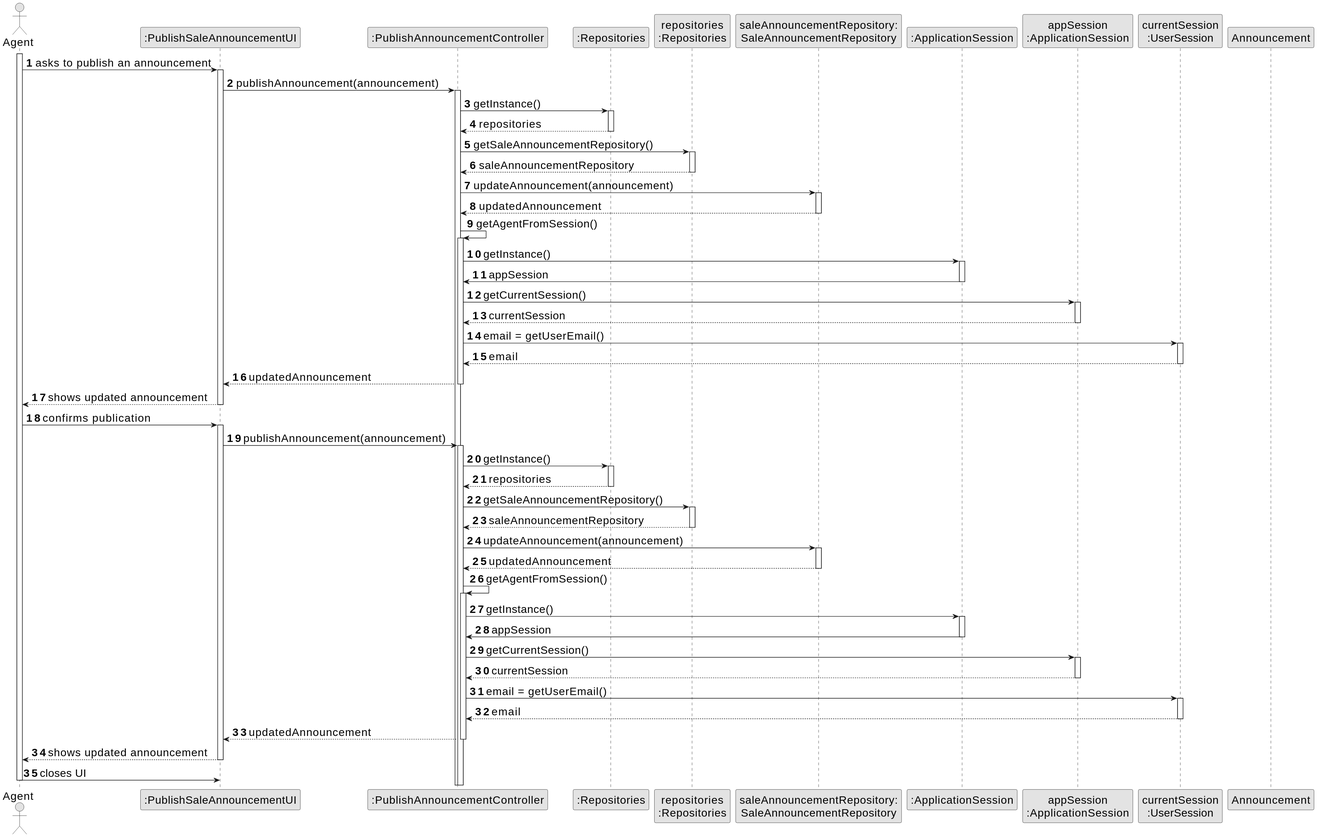
Above: docs/sprintB/us002/03.design/svg/us002-sequence-diagram-full.svg in Goncalves2525/real-estate-management-system (PlantUML), before the change.
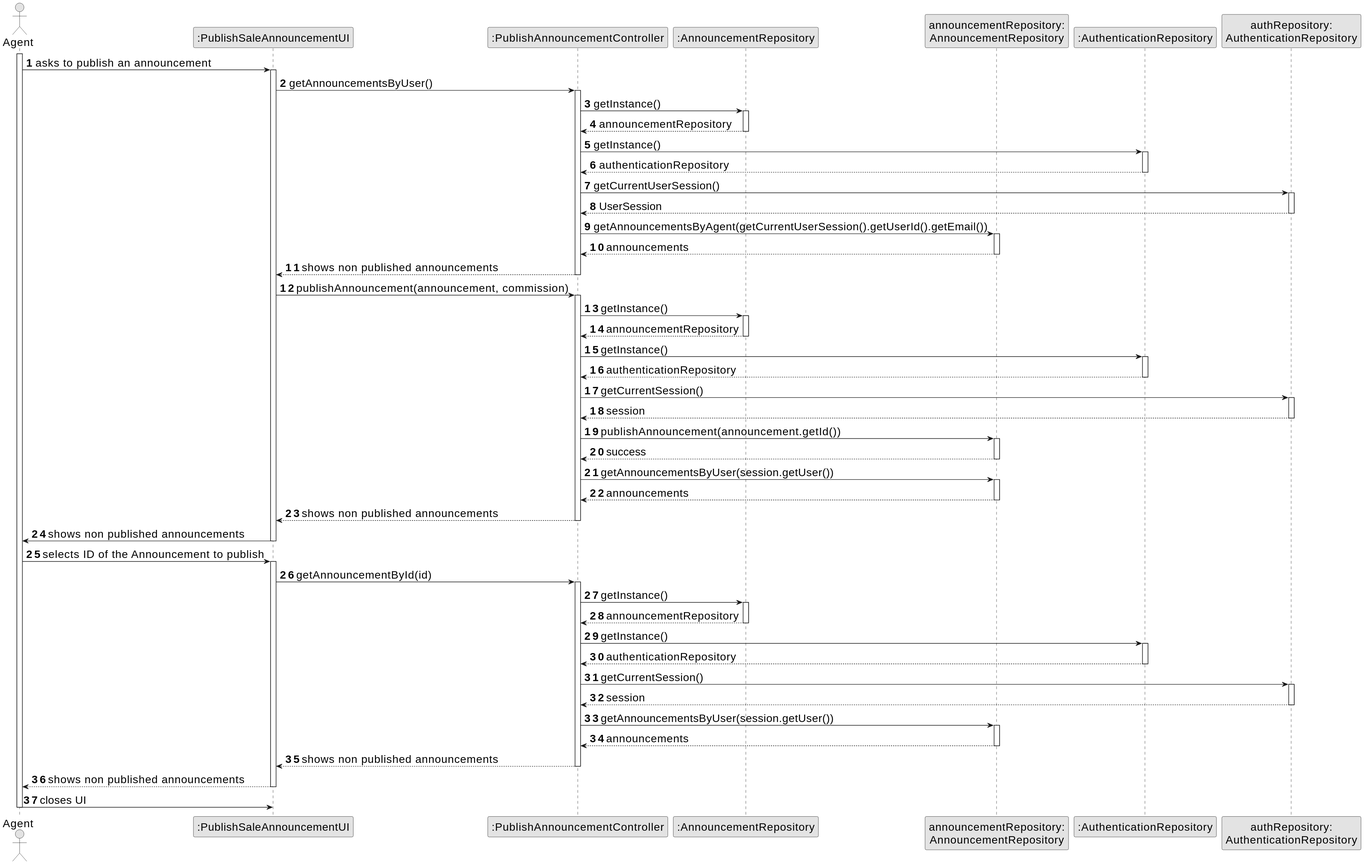
Above is the later version.

Change to the diagram source:
```diff
@@ -9,13 +9,10 @@
 actor "Agent" as AGENT
 participant ":PublishSaleAnnouncementUI" as UI
 participant ":PublishAnnouncementController" as CTRL
-participant ":Repositories" as RepositorySingleton
-participant "repositories\n:Repositories" as REPO
-participant "saleAnnouncementRepository:\nSaleAnnouncementRepository" as SaleAnnouncementRepository
-participant ":ApplicationSession" as _APP
-participant "appSession\n:ApplicationSession" as APP
-participant "currentSession\n:UserSession" as SESSION
-participant "Announcement" as ANN
+participant ":AnnouncementRepository" as RepositorySingleton
+participant "announcementRepository:\nAnnouncementRepository" as AnnouncementRepository
+participant ":AuthenticationRepository" as AuthSingleton
+participant "authRepository:\nAuthenticationRepository" as AuthenticationRepository
 
 activate AGENT
 
@@ -23,103 +20,109 @@
 
 activate UI
 
-    UI -> CTRL : publishAnnouncement(announcement)
-    activate CTRL
+UI -> CTRL : getAnnouncementsByUser()
+activate CTRL
 
-        CTRL -> RepositorySingleton : getInstance()
-        activate RepositorySingleton
+    CTRL -> RepositorySingleton : getInstance()
+    activate RepositorySingleton
 
-            RepositorySingleton --> CTRL: repositories
-        deactivate RepositorySingleton
+        RepositorySingleton --> CTRL: announcementRepository
+    deactivate RepositorySingleton
 
-        CTRL -> REPO : getSaleAnnouncementRepository()
-        activate REPO
+    CTRL -> AuthSingleton : getInstance()
+    activate AuthSingleton
 
-            REPO --> CTRL: saleAnnouncementRepository
-        deactivate REPO
+        AuthSingleton --> CTRL: authenticationRepository
+    deactivate AuthSingleton
 
-        CTRL -> SaleAnnouncementRepository : updateAnnouncement(announcement)
-        activate SaleAnnouncementRepository
+    CTRL -> AuthenticationRepository : getCurrentUserSession()
+    activate AuthenticationRepository
 
-            SaleAnnouncementRepository --> CTRL : updatedAnnouncement
-        deactivate SaleAnnouncementRepository
+        AuthenticationRepository --> CTRL: UserSession
+    deactivate AuthenticationRepository
 
-        CTRL -> CTRL : getAgentFromSession()
-        activate CTRL
+    CTRL -> AnnouncementRepository : getAnnouncementsByAgent(getCurrentUserSession().getUserId().getEmail())
+    activate AnnouncementRepository
 
-            CTRL -> _APP: getInstance()
-            activate _APP
-                _APP -> CTRL: appSession
-            deactivate _APP
+        AnnouncementRepository --> CTRL: announcements
+    deactivate AnnouncementRepository
 
-            CTRL -> APP: getCurrentSession()
-            activate APP
+    CTRL --> UI : shows non published announcements
+deactivate CTRL
 
-                APP --> CTRL: currentSession
-            deactivate APP
+UI -> CTRL : publishAnnouncement(announcement, commission)
+activate CTRL
 
-            CTRL -> SESSION: email = getUserEmail()
-            activate SESSION
+    CTRL -> RepositorySingleton : getInstance()
+    activate RepositorySingleton
 
-                SESSION --> CTRL: email
-            deactivate SESSION
+        RepositorySingleton --> CTRL: announcementRepository
+    deactivate RepositorySingleton
 
-        CTRL --> UI : updatedAnnouncement
+    CTRL -> AuthSingleton : getInstance()
+    activate AuthSingleton
 
-    deactivate CTRL
+        AuthSingleton --> CTRL: authenticationRepository
+    deactivate AuthSingleton
 
-    UI --> AGENT : shows updated announcement
+    CTRL -> AuthenticationRepository : getCurrentSession()
+    activate AuthenticationRepository
+
+        AuthenticationRepository --> CTRL: session
+    deactivate AuthenticationRepository
+
+    CTRL -> AnnouncementRepository : publishAnnouncement(announcement.getId())
+    activate AnnouncementRepository
+
+        AnnouncementRepository --> CTRL: success
+    deactivate AnnouncementRepository
+
+    CTRL -> AnnouncementRepository : getAnnouncementsByUser(session.getUser())
+    activate AnnouncementRepository
+
+        AnnouncementRepository --> CTRL: announcements
+    deactivate AnnouncementRepository
+
+    CTRL --> UI : shows non published announcements
+deactivate CTRL
+
+UI -> AGENT : shows non published announcements
 deactivate UI
 
-AGENT -> UI : confirms publication
+AGENT -> UI : selects ID of the Announcement to publish
 activate UI
 
-    UI -> CTRL : publishAnnouncement(announcement)
-    activate CTRL
+UI -> CTRL : getAnnouncementById(id)
+activate CTRL
 
-        CTRL -> RepositorySingleton : getInstance()
-        activate RepositorySingleton
+    CTRL -> RepositorySingleton : getInstance()
+    activate RepositorySingleton
 
-            RepositorySingleton --> CTRL: repositories
-        deactivate RepositorySingleton
+        RepositorySingleton --> CTRL: announcementRepository
+    deactivate RepositorySingleton
 
-        CTRL -> REPO : getSaleAnnouncementRepository()
-        activate REPO
+    CTRL -> AuthSingleton : getInstance()
+    activate AuthSingleton
 
-            REPO --> CTRL: saleAnnouncementRepository
-        deactivate REPO
+        AuthSingleton --> CTRL: authenticationRepository
+    deactivate AuthSingleton
 
-        CTRL -> SaleAnnouncementRepository : updateAnnouncement(announcement)
-        activate SaleAnnouncementRepository
+    CTRL -> AuthenticationRepository : getCurrentSession()
+    activate AuthenticationRepository
 
-            SaleAnnouncementRepository --> CTRL : updatedAnnouncement
-        deactivate SaleAnnouncementRepository
+        AuthenticationRepository --> CTRL: session
+    deactivate AuthenticationRepository
 
-        CTRL -> CTRL : getAgentFromSession()
-        activate CTRL
+    CTRL -> AnnouncementRepository : getAnnouncementsByUser(session.getUser())
+    activate AnnouncementRepository
 
-            CTRL -> _APP: getInstance()
-            activate _APP
-                _APP -> CTRL: appSession
-            deactivate _APP
+        AnnouncementRepository --> CTRL: announcements
+    deactivate AnnouncementRepository
 
-            CTRL -> APP: getCurrentSession()
-            activate APP
+    CTRL --> UI : shows non published announcements
+deactivate CTRL
 
-                APP --> CTRL: currentSession
-            deactivate APP
-
-            CTRL -> SESSION: email = getUserEmail()
-            activate SESSION
-
-                SESSION --> CTRL: email
-            deactivate SESSION
-
-        CTRL --> UI : updatedAnnouncement
-
-    deactivate CTRL
-
-    UI --> AGENT : shows updated announcement
+UI --> AGENT : shows non published announcements
 deactivate UI
 
 AGENT -> UI : closes UI
```
